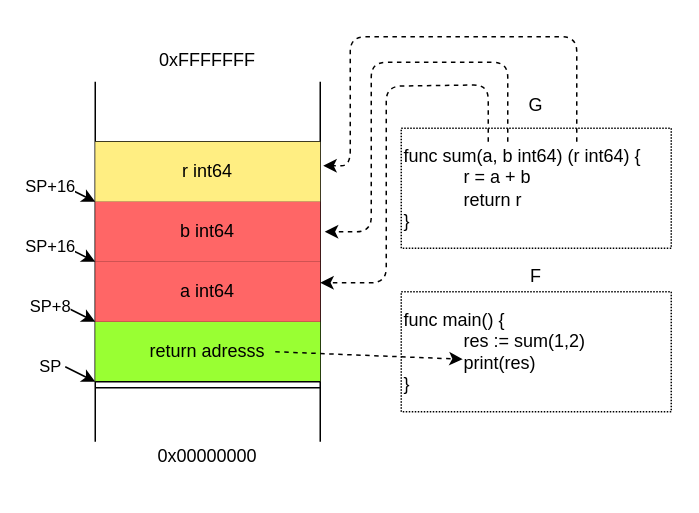
godzie44/drawio-dump keeps this draw.io diagram as Untitled Diagram.drawio. Above is the earlier version. Source tidied: cells renumbered, new cells numbered last; positions are measured from the earlier drawing's top-left corner, leaving out a move shared by most shapes. Both pictures are drawn from the tidied source at 150%, with x=0, y=0 at pixel (64, 36).
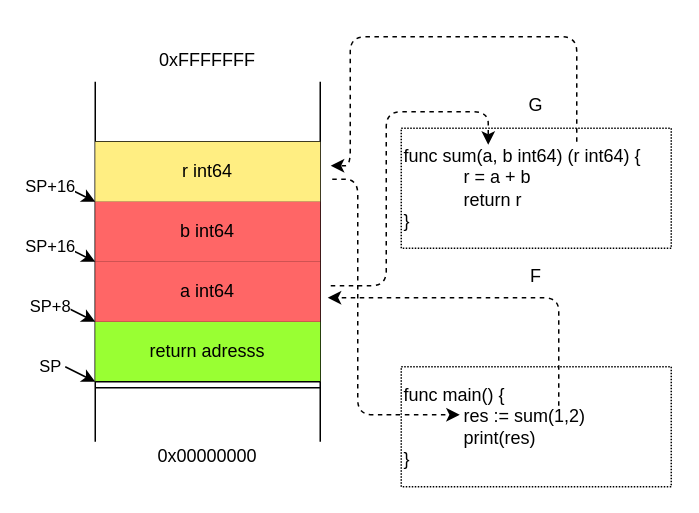
The same page after the edit.

Commit message:
stack based done

The edit, as a diff of the source:
```diff
@@
     <mxCell id="18" value="&lt;div&gt;&lt;span&gt;func main() {&lt;/span&gt;&lt;/div&gt;&lt;blockquote style=&quot;margin: 0 0 0 40px ; border: none ; padding: 0px&quot;&gt;&lt;div&gt;res := sum(1,2)&lt;/div&gt;&lt;div&gt;print(res)&lt;/div&gt;&lt;/blockquote&gt;&lt;div&gt;&lt;span&gt;}&lt;/span&gt;&lt;/div&gt;" style="rounded=0;whiteSpace=wrap;html=1;dashed=1;dashPattern=1 1;align=left;" parent="1" vertex="1">
-      <mxGeometry x="224" y="170" width="180" height="80" as="geometry" />
+      <mxGeometry x="224" y="220" width="180" height="80" as="geometry" />
     </mxCell>
@@
-    <mxCell id="20" style="endArrow=classic;html=1;dashed=1;" parent="1" edge="1">
-      <mxGeometry relative="1" as="geometry">
-        <mxPoint x="140" y="210" as="sourcePoint" />
-        <mxPoint x="265" y="215" as="targetPoint" />
-      </mxGeometry>
-    </mxCell>
-    <mxCell id="21" style="endArrow=classic;html=1;shadow=0;strokeColor=#000000;dashed=1;" parent="1" edge="1">
-      <mxGeometry relative="1" as="geometry">
-        <mxPoint x="282" y="70" as="sourcePoint" />
-        <mxPoint x="170" y="164" as="targetPoint" />
-        <Array as="points">
-          <mxPoint x="282" y="32" />
-          <mxPoint x="214" y="33" />
-          <mxPoint x="214" y="164" />
-        </Array>
-      </mxGeometry>
-    </mxCell>
-    <mxCell id="22" style="endArrow=classic;html=1;shadow=0;strokeColor=#000000;dashed=1;" parent="1" edge="1">
-      <mxGeometry relative="1" as="geometry">
-        <mxPoint x="295" y="70" as="sourcePoint" />
-        <mxPoint x="173" y="130" as="targetPoint" />
-        <Array as="points">
-          <mxPoint x="295" y="17" />
-          <mxPoint x="260" y="17" />
-          <mxPoint x="204" y="17" />
-          <mxPoint x="204" y="130" />
-        </Array>
-      </mxGeometry>
-    </mxCell>
     <mxCell id="23" style="endArrow=classic;html=1;shadow=0;strokeColor=#000000;dashed=1;" parent="1" edge="1">
       <mxGeometry relative="1" as="geometry">
         <mxPoint x="341" y="70" as="sourcePoint" />
-        <mxPoint x="172" y="86" as="targetPoint" />
+        <mxPoint x="177" y="86" as="targetPoint" />
         <Array as="points">
           <mxPoint x="341" />
           <mxPoint x="190" />
           <mxPoint x="190" y="86" />
         </Array>
       </mxGeometry>
     </mxCell>
@@
+    <mxCell id="27" style="endArrow=classic;html=1;shadow=0;strokeColor=#000000;dashed=1;" parent="1" edge="1">
+      <mxGeometry relative="1" as="geometry">
+        <mxPoint x="329" y="246" as="sourcePoint" />
+        <mxPoint x="175" y="174" as="targetPoint" />
+        <Array as="points">
+          <mxPoint x="329" y="202" />
+          <mxPoint x="329" y="174" />
+          <mxPoint x="224" y="174" />
+        </Array>
+      </mxGeometry>
+    </mxCell>
+    <mxCell id="28" style="endArrow=classic;html=1;shadow=0;strokeColor=#000000;dashed=1;" parent="1" edge="1">
+      <mxGeometry relative="1" as="geometry">
+        <mxPoint x="177" y="166" as="sourcePoint" />
+        <mxPoint x="282" y="72" as="targetPoint" />
+        <Array as="points">
+          <mxPoint x="214" y="166" />
+          <mxPoint x="214" y="50" />
+          <mxPoint x="282" y="50" />
+        </Array>
+      </mxGeometry>
+    </mxCell>
+    <mxCell id="29" style="endArrow=classic;html=1;shadow=0;strokeColor=#000000;dashed=1;" parent="1" edge="1">
+      <mxGeometry relative="1" as="geometry">
+        <mxPoint x="178" y="95" as="sourcePoint" />
+        <mxPoint x="263" y="252" as="targetPoint" />
+        <Array as="points">
+          <mxPoint x="195" y="95" />
+          <mxPoint x="195" y="252" />
+          <mxPoint x="217" y="252" />
+        </Array>
+      </mxGeometry>
+    </mxCell>
```
